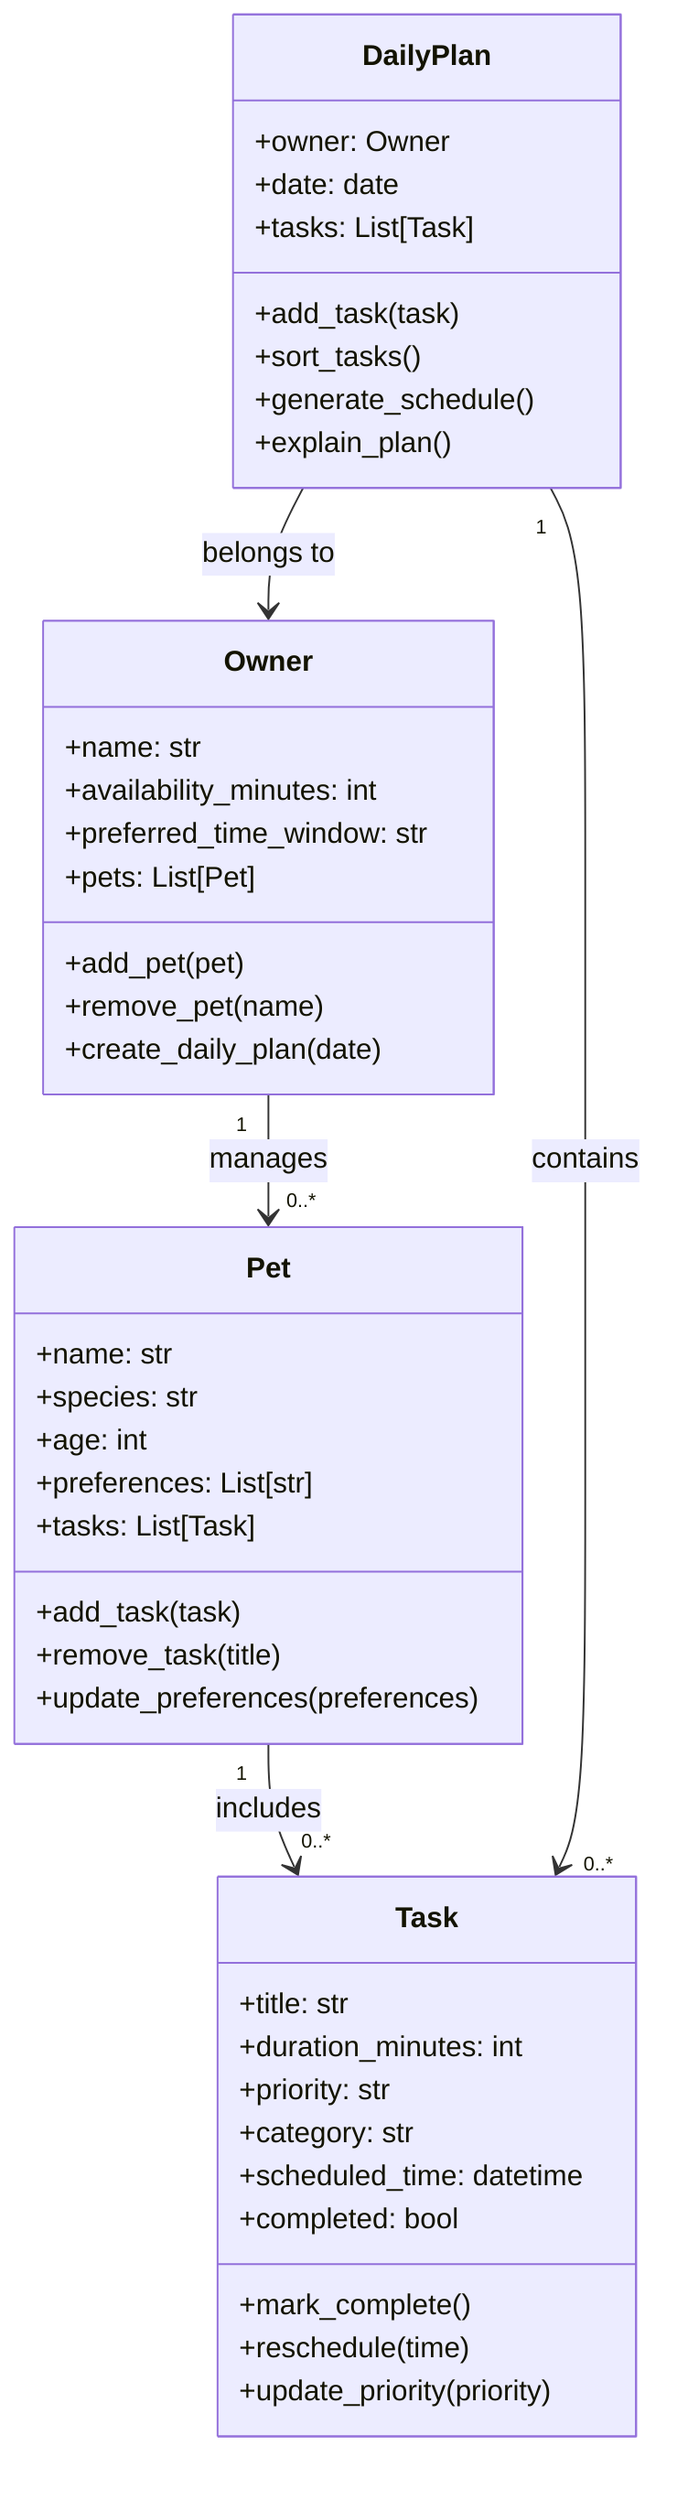
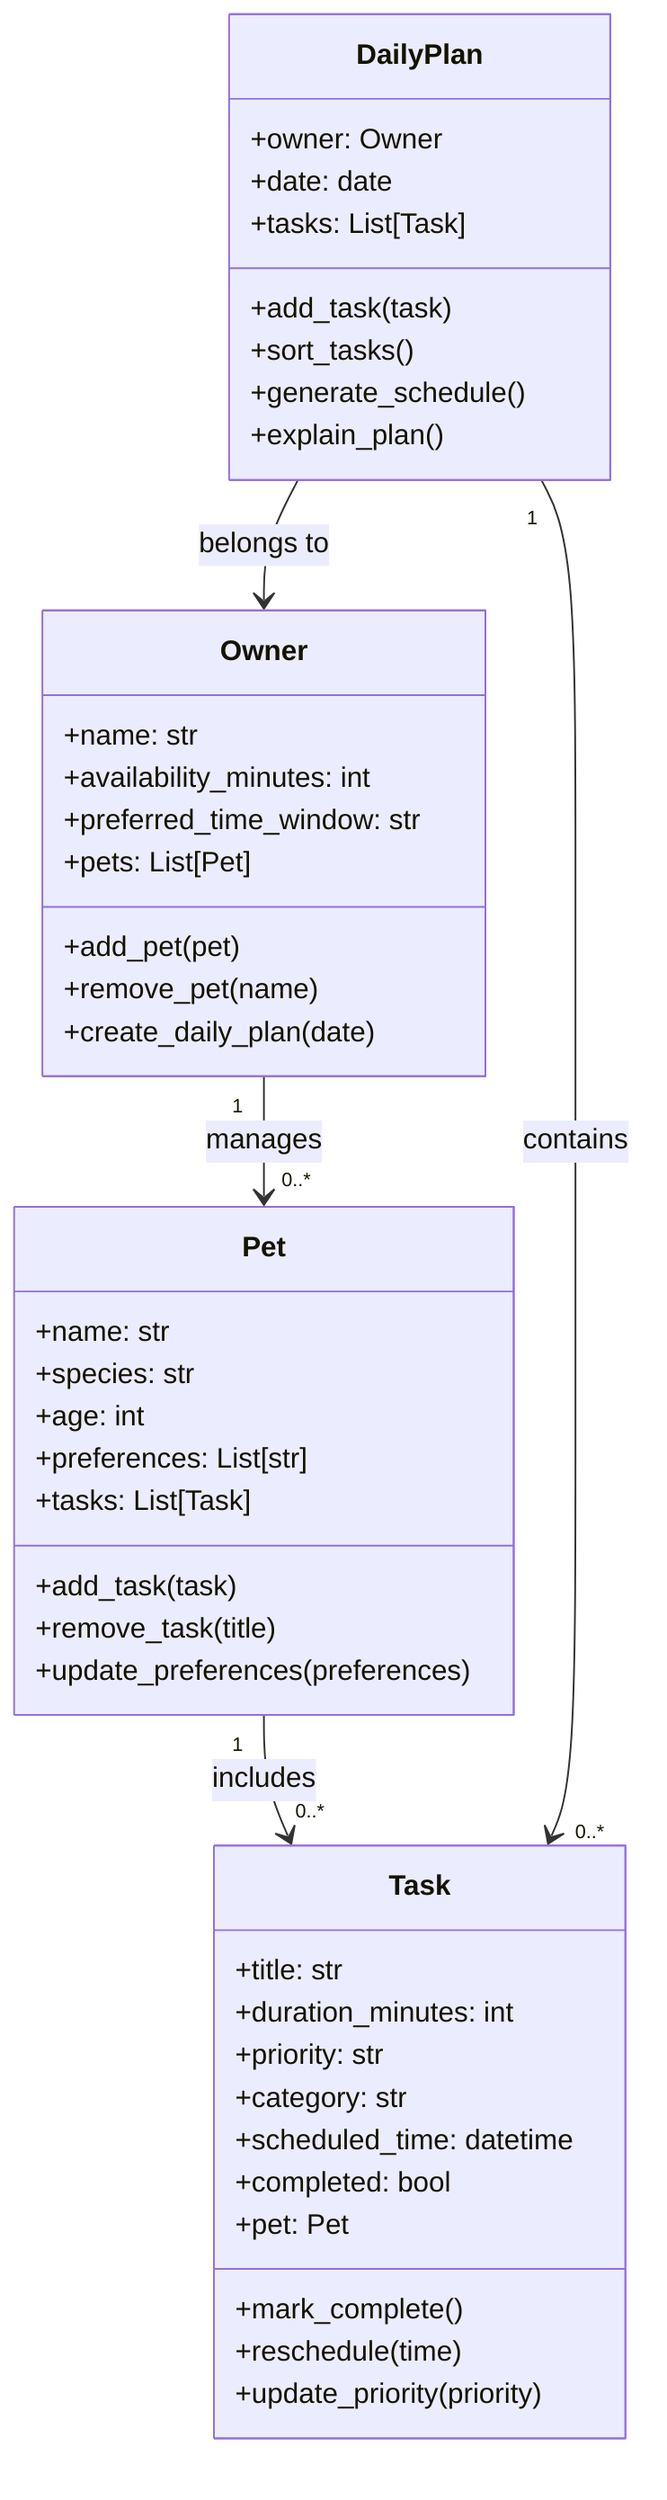
classDiagram
    class Owner {
        +name: str
        +availability_minutes: int
        +preferred_time_window: str
        +pets: List[Pet]
        +add_pet(pet)
        +remove_pet(name)
        +create_daily_plan(date)
    }

    class Pet {
        +name: str
        +species: str
        +age: int
        +preferences: List[str]
        +tasks: List[Task]
        +add_task(task)
        +remove_task(title)
        +update_preferences(preferences)
    }

    class Task {
        +title: str
        +duration_minutes: int
        +priority: str
        +category: str
        +scheduled_time: datetime
        +completed: bool
+         +pet: Pet
        +mark_complete()
        +reschedule(time)
        +update_priority(priority)
    }

    class DailyPlan {
        +owner: Owner
        +date: date
        +tasks: List[Task]
        +add_task(task)
        +sort_tasks()
        +generate_schedule()
        +explain_plan()
    }

    Owner "1" --> "0..*" Pet : manages
    Pet "1" --> "0..*" Task : includes
    DailyPlan "1" --> "0..*" Task : contains
    DailyPlan --> Owner : belongs to
